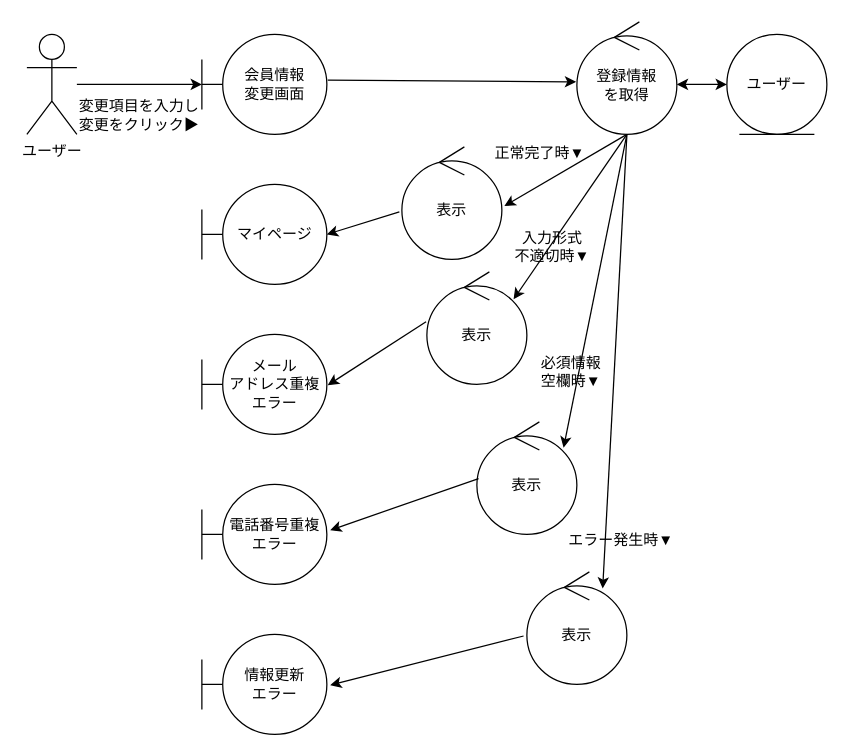
Before: page "登録情報変更" (4 of 7) of out/ロバストネス図/ユーザー-ロバストネス図.drawio in ksw2270227/GroupF, a draw.io diagram. Source tidied: cells renumbered, new cells numbered last; positions are measured from the earlier drawing's top-left corner, leaving out a move shared by most shapes. Both pictures are drawn from the tidied source at 125%, with x=0, y=0 at pixel (26, 21).
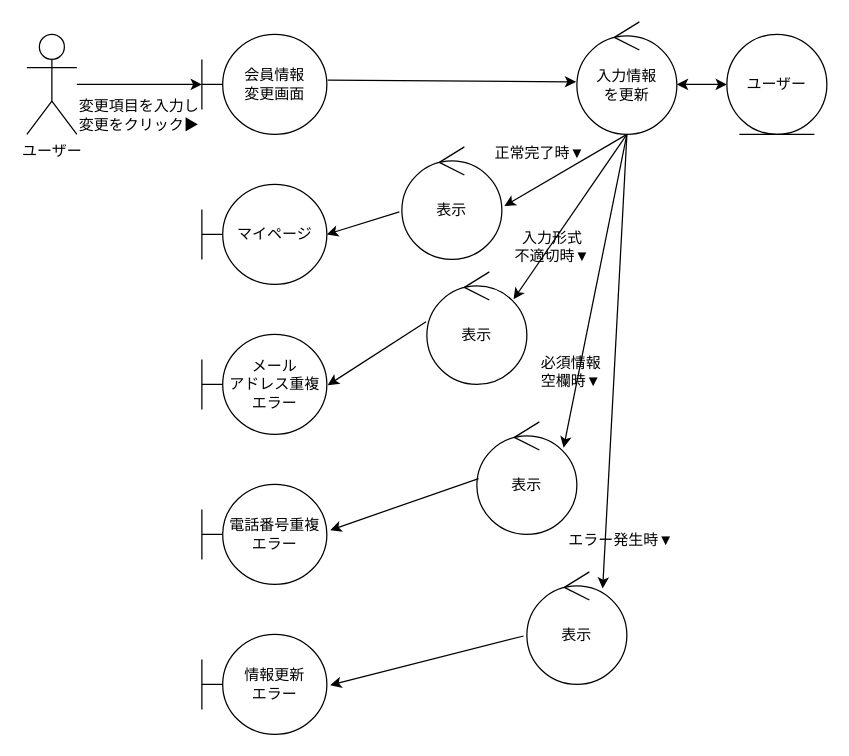
After the change.

Diff of the diagram source:
```diff
@@
-    <mxCell id="9" value="登録情報&lt;br&gt;を取得" style="ellipse;shape=umlControl;whiteSpace=wrap;html=1;" parent="1" vertex="1">
+    <mxCell id="9" value="入力情報&lt;br&gt;を更新" style="ellipse;shape=umlControl;whiteSpace=wrap;html=1;" parent="1" vertex="1">
       <mxGeometry x="440" width="80" height="90" as="geometry" />
     </mxCell>
```
